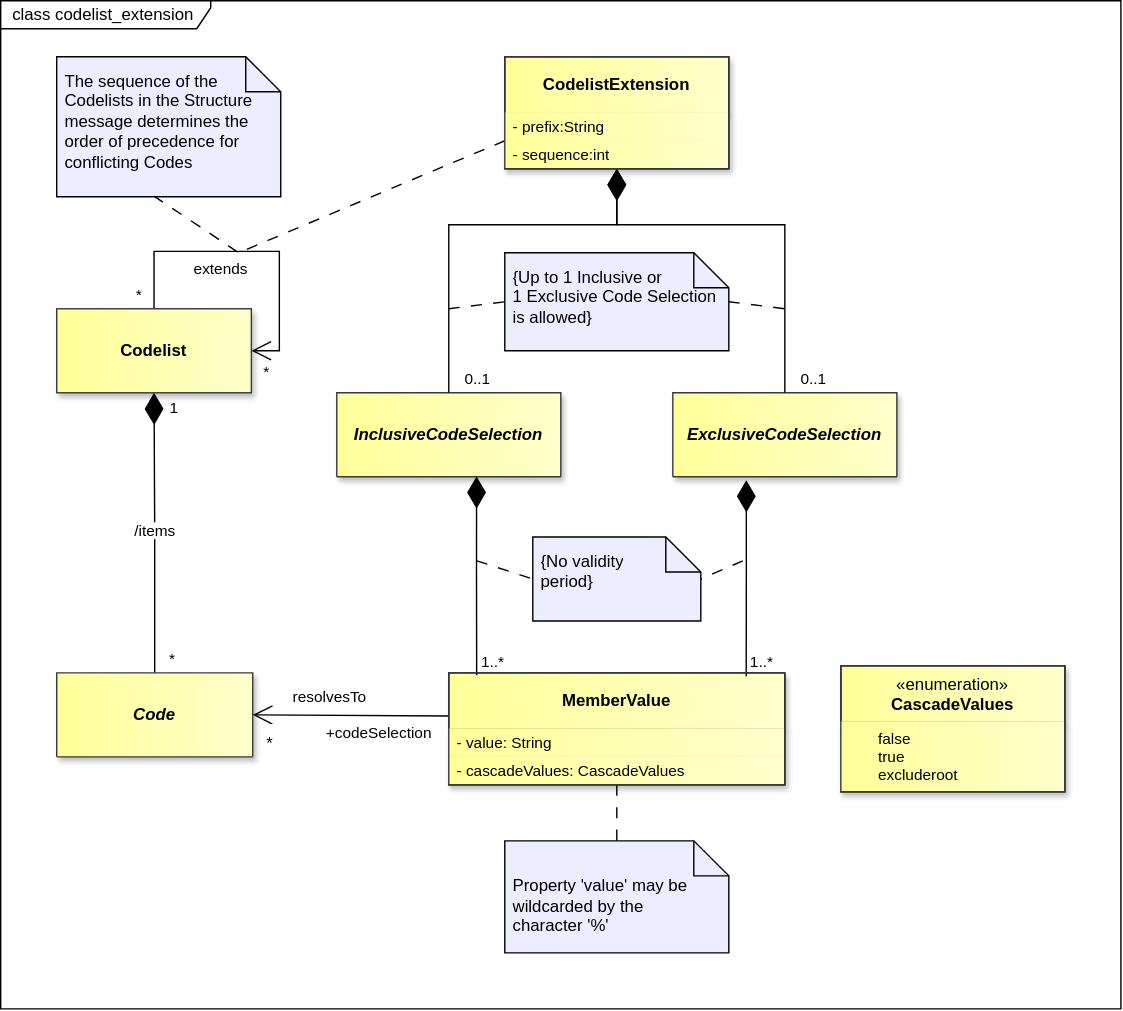
Earlier version of the draw.io export docs/information_model/media/sdmx_codelist-codelist_extension.svg (sdmx-twg/sdmx-im). Source tidied: cells renumbered, new cells last; positions are measured from the earlier drawing's top-left corner, leaving out a move shared by most shapes.
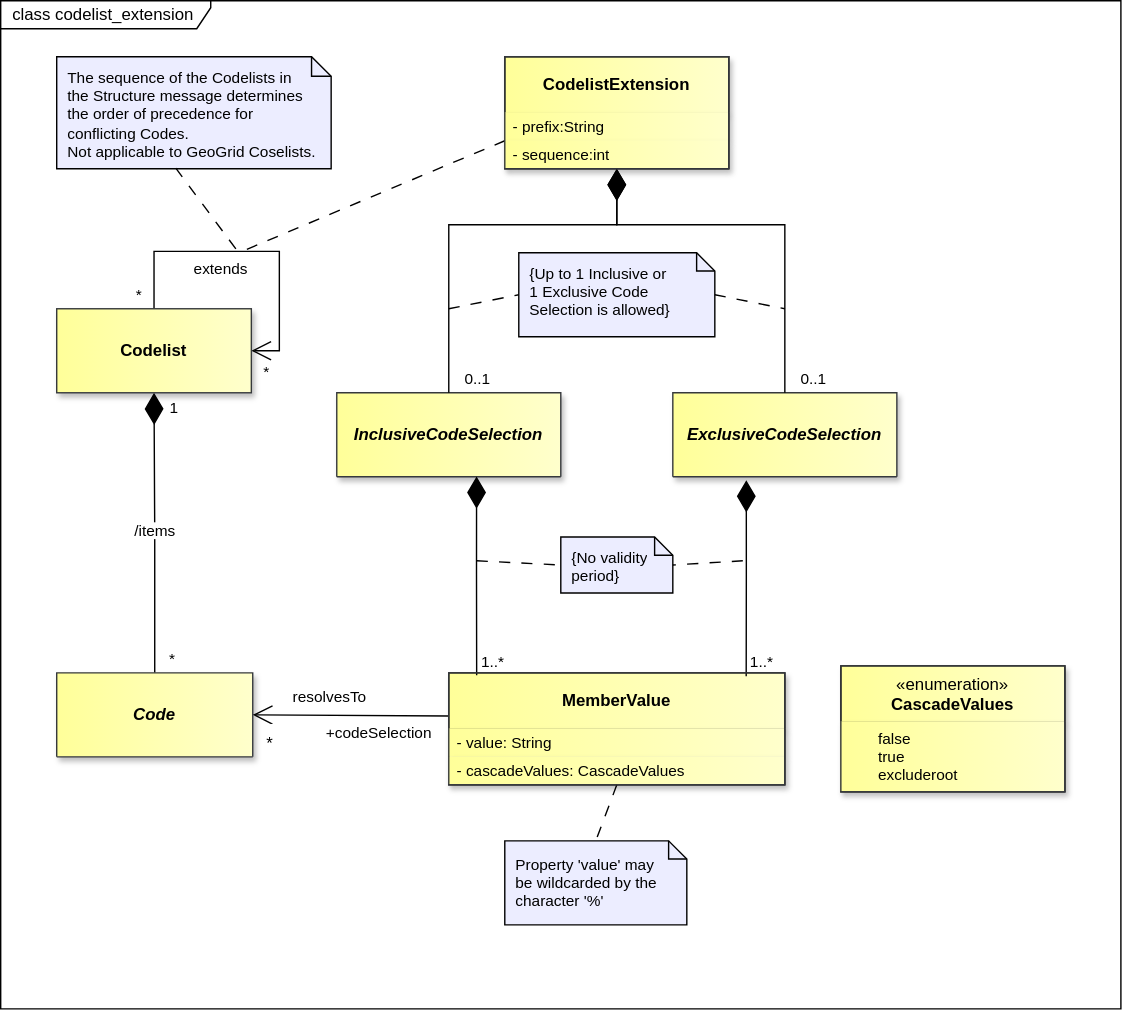
After the commit.

The edit, as a diff of the source:
```diff
@@ -113,11 +113,11 @@
     <mxCell id="33" value="&lt;div&gt;- cascadeValues:&amp;nbsp;&lt;span style=&quot;background-color: transparent;&quot;&gt;CascadeValues&lt;/span&gt;&lt;/div&gt;" style="text;strokeColor=none;fillColor=light-dark(#FFFF99,#FFFF99);align=left;verticalAlign=middle;spacingLeft=4;spacingRight=4;overflow=hidden;whiteSpace=wrap;html=1;fontFamily=Helvetica;fontSize=11;fontColor=light-dark(#000000,#000000);gradientColor=light-dark(#FFFFCC,#FFFFCC);gradientDirection=east;shadow=1;" parent="31" vertex="1">
       <mxGeometry y="60" width="240" height="20" as="geometry" />
     </mxCell>
-    <mxCell id="34" style="shape=note2;size=25;html=1;fillColor=light-dark(#ECEDFF,#ECEDFF);shadow=0;fontColor=light-dark(#000000,#000000);strokeColor=light-dark(#000000,#000000);labelPosition=center;verticalLabelPosition=middle;align=center;verticalAlign=middle;" parent="1" vertex="1">
-      <mxGeometry x="360" y="180" width="160" height="70" as="geometry" />
+    <mxCell id="34" style="shape=note2;size=13;html=1;fillColor=light-dark(#ECEDFF,#ECEDFF);shadow=0;fontColor=light-dark(#000000,#000000);strokeColor=light-dark(#000000,#000000);labelPosition=center;verticalLabelPosition=middle;align=center;verticalAlign=middle;" parent="1" vertex="1">
+      <mxGeometry x="370" y="180" width="140" height="60" as="geometry" />
     </mxCell>
-    <mxCell id="35" value="&lt;font style=&quot;color: light-dark(rgb(0, 0, 0), rgb(0, 0, 0));&quot;&gt;{Up to 1 Inclusive or 1&amp;nbsp;&lt;/font&gt;&lt;font style=&quot;color: light-dark(rgb(0, 0, 0), rgb(0, 0, 0));&quot;&gt;Exclusive Code Selection is allowed}&lt;/font&gt;" style="text;html=1;strokeColor=none;fillColor=none;align=left;verticalAlign=top;spacingLeft=4;spacingRight=2;overflow=hidden;points=[[0,0.5],[1,0.5]];portConstraint=eastwest;labelBorderColor=none;spacingTop=4;whiteSpace=wrap;" parent="34" vertex="1">
-      <mxGeometry width="160" height="70" as="geometry" />
+    <mxCell id="35" value="&lt;font style=&quot;color: light-dark(rgb(0, 0, 0), rgb(0, 0, 0));&quot;&gt;{Up to 1 Inclusive or 1&amp;nbsp;&lt;/font&gt;&lt;font style=&quot;color: light-dark(rgb(0, 0, 0), rgb(0, 0, 0));&quot;&gt;Exclusive Code Selection is allowed}&lt;/font&gt;" style="text;html=1;strokeColor=none;fillColor=none;align=left;verticalAlign=top;spacingLeft=4;spacingRight=4;overflow=hidden;points=[[0,0.5],[1,0.5]];portConstraint=eastwest;labelBorderColor=none;spacingTop=0;whiteSpace=wrap;fontSize=11;spacing=4;" parent="34" vertex="1">
+      <mxGeometry width="140" height="60" as="geometry" />
     </mxCell>
     <mxCell id="36" value="&lt;span style=&quot;font-weight: normal;&quot;&gt;«enumeration»&lt;/span&gt;&lt;br&gt;CascadeValues" style="swimlane;fontStyle=1;align=center;verticalAlign=top;horizontal=1;startSize=40;whiteSpace=wrap;html=1;fillColor=light-dark(#FFFF99,#FFFF99);strokeColor=light-dark(#000000,#000000);gradientDirection=east;swimlaneLine=1;fontColor=light-dark(#000000,#000000);labelBackgroundColor=none;textShadow=0;gradientColor=light-dark(#FFFFCC,#FFFFCC);shadow=1;" parent="1" vertex="1">
       <mxGeometry x="600" y="475" width="160" height="90" as="geometry" />
@@ -125,23 +125,23 @@
     <mxCell id="37" value="false&lt;div&gt;true&lt;/div&gt;&lt;div&gt;excluderoot&lt;/div&gt;" style="text;strokeColor=none;fillColor=light-dark(#FFFF99,#FFFF99);align=left;verticalAlign=middle;spacingLeft=25;spacingRight=4;overflow=hidden;whiteSpace=wrap;html=1;fontFamily=Helvetica;fontSize=11;fontColor=light-dark(#000000,#000000);gradientColor=light-dark(#FFFFCC,#FFFFCC);gradientDirection=east;shadow=1;" parent="36" vertex="1">
       <mxGeometry y="40" width="160" height="50" as="geometry" />
     </mxCell>
-    <mxCell id="38" style="shape=note2;size=25;html=1;fillColor=light-dark(#ECEDFF,#ECEDFF);shadow=0;fontColor=light-dark(#000000,#000000);strokeColor=light-dark(#000000,#000000);labelPosition=center;verticalLabelPosition=middle;align=center;verticalAlign=middle;" parent="1" vertex="1">
-      <mxGeometry x="380" y="383" width="120" height="60" as="geometry" />
+    <mxCell id="38" style="shape=note2;size=13;html=1;fillColor=light-dark(#ECEDFF,#ECEDFF);shadow=0;fontColor=light-dark(#000000,#000000);strokeColor=light-dark(#000000,#000000);labelPosition=center;verticalLabelPosition=middle;align=center;verticalAlign=middle;" parent="1" vertex="1">
+      <mxGeometry x="400" y="383" width="80" height="40" as="geometry" />
     </mxCell>
-    <mxCell id="39" value="&lt;font style=&quot;color: light-dark(rgb(0, 0, 0), rgb(0, 0, 0));&quot;&gt;{No validity &lt;br&gt;period&lt;/font&gt;&lt;font style=&quot;color: light-dark(rgb(0, 0, 0), rgb(0, 0, 0));&quot;&gt;}&lt;/font&gt;" style="text;html=1;strokeColor=none;fillColor=none;align=left;verticalAlign=top;spacingLeft=4;spacingRight=2;overflow=hidden;points=[[0,0.5],[1,0.5]];portConstraint=eastwest;labelBorderColor=none;spacingTop=4;whiteSpace=wrap;" parent="38" vertex="1">
-      <mxGeometry width="120" height="60" as="geometry" />
+    <mxCell id="39" value="&lt;font style=&quot;color: light-dark(rgb(0, 0, 0), rgb(0, 0, 0));&quot;&gt;{No validity &lt;br&gt;period&lt;/font&gt;&lt;font style=&quot;color: light-dark(rgb(0, 0, 0), rgb(0, 0, 0));&quot;&gt;}&lt;/font&gt;" style="text;html=1;strokeColor=none;fillColor=none;align=left;verticalAlign=top;spacingLeft=4;spacingRight=4;overflow=hidden;points=[[0,0.5],[1,0.5]];portConstraint=eastwest;labelBorderColor=none;spacingTop=0;whiteSpace=wrap;fontSize=11;spacing=4;" parent="38" vertex="1">
+      <mxGeometry width="80" height="40" as="geometry" />
     </mxCell>
-    <mxCell id="40" style="shape=note2;size=25;html=1;fillColor=light-dark(#ECEDFF,#FFFFFF);shadow=0;fontColor=light-dark(#000000,#000000);strokeColor=light-dark(#000000,#000000);labelPosition=center;verticalLabelPosition=middle;align=center;verticalAlign=middle;groupPadding=4 4 0;" parent="1" vertex="1">
-      <mxGeometry x="360" y="600" width="160" height="80" as="geometry" />
+    <mxCell id="40" style="shape=note2;size=13;html=1;fillColor=light-dark(#ECEDFF,#FFFFFF);shadow=0;fontColor=light-dark(#000000,#000000);strokeColor=light-dark(#000000,#000000);labelPosition=center;verticalLabelPosition=middle;align=center;verticalAlign=middle;groupPadding=4 4 0;" parent="1" vertex="1">
+      <mxGeometry x="360" y="600" width="130" height="60" as="geometry" />
     </mxCell>
-    <mxCell id="41" value="&lt;div&gt;&lt;font style=&quot;color: light-dark(rgb(0, 0, 0), rgb(0, 0, 0));&quot;&gt;&lt;br&gt;&lt;/font&gt;&lt;/div&gt;&lt;font style=&quot;color: light-dark(rgb(0, 0, 0), rgb(0, 0, 0));&quot;&gt;Property 'value' may be wildcarded by the&lt;br&gt;character '%'&lt;/font&gt;" style="text;html=1;strokeColor=none;fillColor=none;align=left;verticalAlign=top;spacingLeft=4;spacingRight=2;overflow=hidden;labelBorderColor=none;spacingTop=4;whiteSpace=wrap;" parent="40" vertex="1">
-      <mxGeometry width="160" height="80" as="geometry" />
+    <mxCell id="41" value="&lt;div&gt;&lt;span style=&quot;color: light-dark(rgb(0, 0, 0), rgb(0, 0, 0)); background-color: transparent;&quot;&gt;Property 'value' may&amp;nbsp;&lt;/span&gt;&lt;/div&gt;&lt;div&gt;&lt;span style=&quot;color: light-dark(rgb(0, 0, 0), rgb(0, 0, 0)); background-color: transparent;&quot;&gt;be wildcarded by the&lt;/span&gt;&lt;/div&gt;&lt;font style=&quot;color: light-dark(rgb(0, 0, 0), rgb(0, 0, 0));&quot;&gt;character '%'&lt;/font&gt;" style="text;html=1;strokeColor=none;fillColor=none;align=left;verticalAlign=middle;spacingLeft=4;spacingRight=4;overflow=hidden;labelBorderColor=none;spacingTop=0;whiteSpace=wrap;spacing=4;fontSize=11;" parent="40" vertex="1">
+      <mxGeometry width="130" height="60" as="geometry" />
     </mxCell>
-    <mxCell id="42" style="shape=note2;size=25;html=1;fillColor=light-dark(#ECEDFF,#FFFFFF);shadow=0;fontColor=light-dark(#000000,#000000);strokeColor=light-dark(#000000,#000000);labelPosition=center;verticalLabelPosition=middle;align=center;verticalAlign=middle;groupPadding=4 4 0;" parent="1" vertex="1">
-      <mxGeometry x="40" y="40" width="160" height="100" as="geometry" />
+    <mxCell id="42" style="shape=note2;size=14;html=1;fillColor=light-dark(#ECEDFF,#FFFFFF);shadow=0;fontColor=light-dark(#000000,#000000);strokeColor=light-dark(#000000,#000000);labelPosition=center;verticalLabelPosition=middle;align=center;verticalAlign=middle;groupPadding=4 4 0;spacing=2;" parent="1" vertex="1">
+      <mxGeometry x="40" y="40" width="196" height="80" as="geometry" />
     </mxCell>
-    <mxCell id="43" value="&lt;div&gt;&lt;span style=&quot;color: light-dark(rgb(0, 0, 0), rgb(0, 0, 0));&quot;&gt;The sequence of the Codelists in the Structure message determines the order of precedence for conflicting Codes&lt;/span&gt;&lt;/div&gt;" style="text;html=1;strokeColor=none;fillColor=none;align=left;verticalAlign=top;spacingLeft=4;spacingRight=2;overflow=hidden;labelBorderColor=none;spacingTop=4;whiteSpace=wrap;" parent="42" vertex="1">
-      <mxGeometry width="160" height="100" as="geometry" />
+    <mxCell id="43" value="&lt;div&gt;&lt;span style=&quot;color: light-dark(rgb(0, 0, 0), rgb(0, 0, 0));&quot;&gt;The sequence of the Codelists in &lt;br&gt;the Structure message determines the order of precedence for conflicting Codes.&amp;nbsp;&lt;/span&gt;&lt;/div&gt;&lt;div&gt;&lt;span style=&quot;color: light-dark(rgb(0, 0, 0), rgb(0, 0, 0));&quot;&gt;Not applicable to GeoGrid Coselists.&amp;nbsp;&lt;/span&gt;&lt;/div&gt;" style="text;html=1;strokeColor=none;fillColor=none;align=left;verticalAlign=top;spacingLeft=4;spacingRight=4;overflow=hidden;labelBorderColor=none;spacingTop=0;whiteSpace=wrap;spacing=4;spacingBottom=0;fontSize=11;" parent="42" vertex="1">
+      <mxGeometry width="196" height="80" as="geometry" />
     </mxCell>
     <mxCell id="44" style="endArrow=none;html=1;endSize=12;startArrow=diamondThin;startSize=20;startFill=1;edgeStyle=orthogonalEdgeStyle;rounded=0;endFill=0;strokeColor=light-dark(#000000,#FFFFFF);fontColor=light-dark(#000000,#FFFFFF);labelBackgroundColor=none;exitX=0.5;exitY=1;exitDx=0;exitDy=0;entryX=0.5;entryY=0;entryDx=0;entryDy=0;" parent="1" edge="1" source="18" target="29">
       <mxGeometry x="0.33" relative="1" as="geometry">
```
